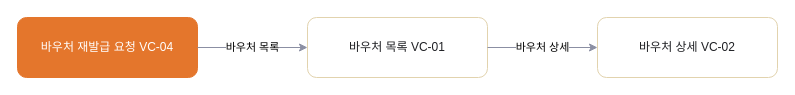
Earlier version of the draw.io diagram page "VC 바우처" (5 of 7) of 판매용_템플릿/_판매팩/여행_디럭스/05_FLOW_흐름도.drawio (hyunplanb-cyber/ia-generation-platform). Source tidied: cells renumbered, new cells numbered last; positions are measured from the earlier drawing's top-left corner, leaving out a move shared by most shapes. Both pictures are drawn from the tidied source at 100%, with x=0, y=0 at pixel (17, 17).
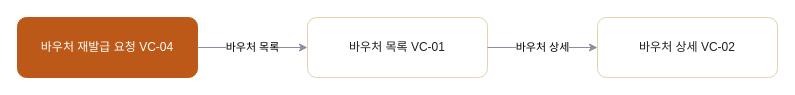
Above is the later version.

The edit, as a diff of the source:
```diff
@@
 <mxGraphModel>
   <root>
     <mxCell id="0" />
     <mxCell id="1" parent="0" />
     <mxCell id="2" value="바우처 목록 VC-01" style="rounded=1;whiteSpace=wrap;html=1;fillColor=#FFFFFF;strokeColor=#E2D3AE;fontColor=#1F2024;" parent="1" vertex="1">
       <mxGeometry x="290" width="180" height="60" as="geometry" />
     </mxCell>
     <mxCell id="3" value="바우처 상세 VC-02" style="rounded=1;whiteSpace=wrap;html=1;fillColor=#FFFFFF;strokeColor=#E2D3AE;fontColor=#1F2024;" parent="1" vertex="1">
       <mxGeometry x="580" width="180" height="60" as="geometry" />
     </mxCell>
-    <mxCell id="4" value="바우처 재발급 요청 VC-04" style="rounded=1;whiteSpace=wrap;html=1;fillColor=#E4762C;strokeColor=#E4762C;fontColor=#FFFFFF;" parent="1" vertex="1">
+    <mxCell id="4" value="바우처 재발급 요청 VC-04" style="rounded=1;whiteSpace=wrap;html=1;fillColor=#BC5918;strokeColor=#BC5918;fontColor=#FFFFFF;" parent="1" vertex="1">
       <mxGeometry width="180" height="60" as="geometry" />
     </mxCell>
     <mxCell id="5" value="바우처 상세" style="edgeStyle=orthogonalEdgeStyle;rounded=1;html=1;strokeColor=#8B8FA3;" parent="1" edge="1" source="2" target="3">
       <mxGeometry relative="1" as="geometry" />
     </mxCell>
     <mxCell id="6" value="바우처 목록" style="edgeStyle=orthogonalEdgeStyle;rounded=1;html=1;strokeColor=#8B8FA3;" parent="1" edge="1" source="4" target="2">
       <mxGeometry relative="1" as="geometry" />
     </mxCell>
   </root>
 </mxGraphModel>
```
